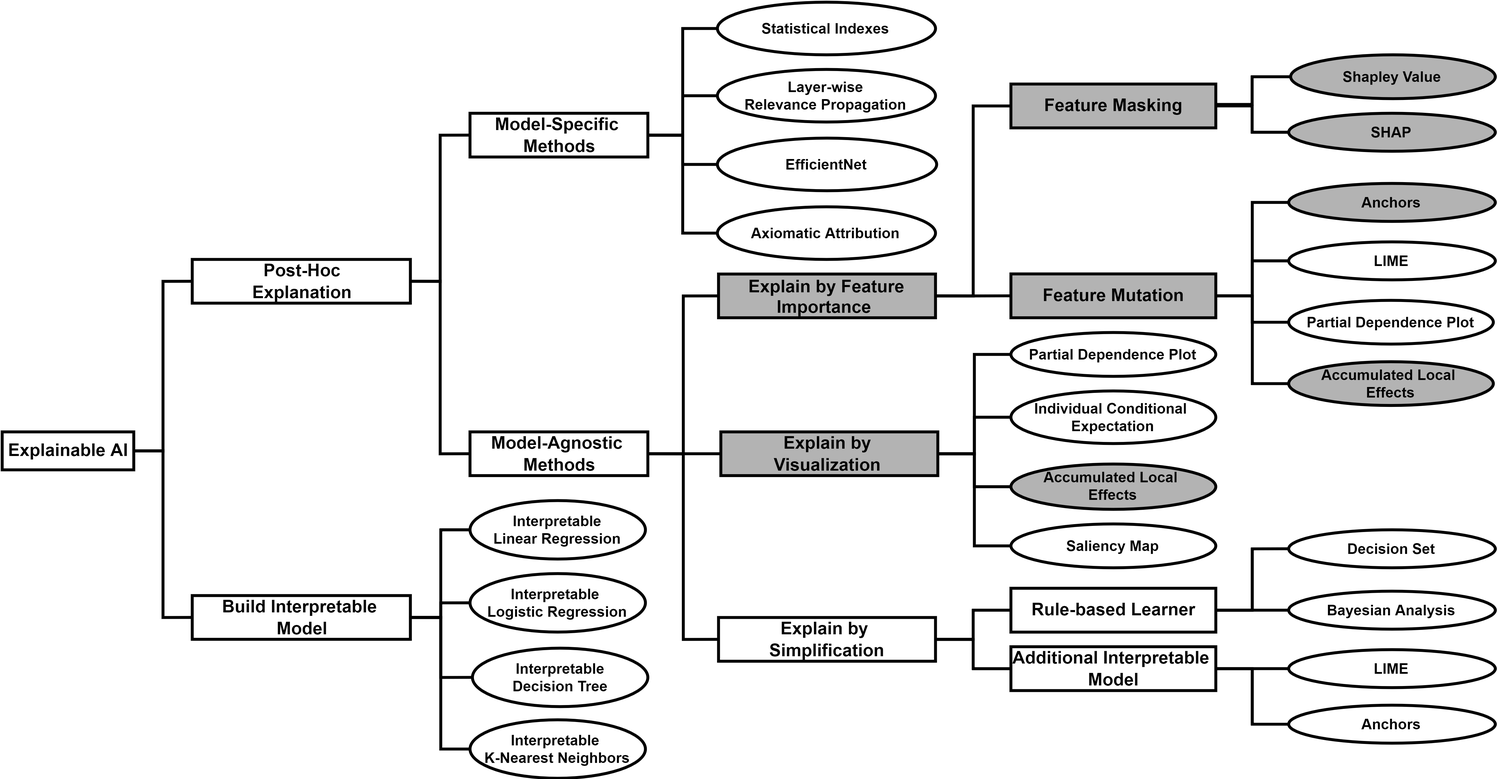
Above: XAI Taxonomy Tree3 - Copy.png in ZeruiW/XAI-Taxonomy (draw.io), before the change. Source tidied: cells renumbered, new cells last; positions are measured from the earlier drawing's top-left corner, leaving out a move shared by most shapes.
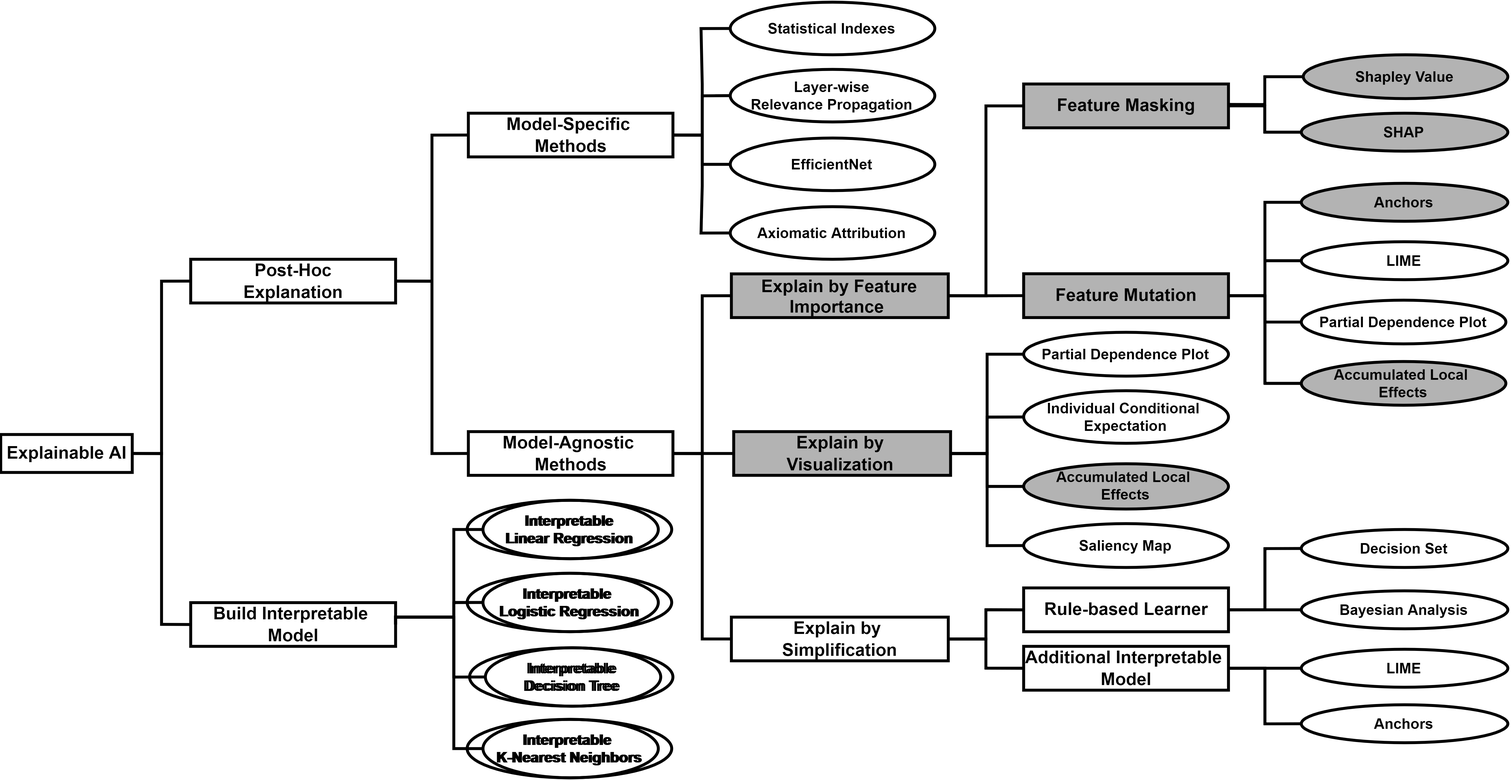
After the commit.

Diff of the diagram source:
```diff
@@ -3,7 +3,7 @@
     <mxCell id="0" />
     <mxCell id="1" parent="0" />
     <mxCell id="2" value="Explainable AI" style="rounded=0;fontSize=12;html=1;strokeColor=default;strokeWidth=2;fillColor=none;fontStyle=1;" parent="1" vertex="1">
-      <mxGeometry y="294" width="90" height="26" as="geometry" />
+      <mxGeometry x="-10" y="296" width="90" height="26" as="geometry" />
     </mxCell>
     <mxCell id="3" style="rounded=0;jettySize=auto;exitX=1;exitY=0.5;exitDx=0;exitDy=0;entryX=0;entryY=0.5;entryDx=0;entryDy=0;endArrow=none;endFill=0;fontSize=10;html=1;edgeStyle=orthogonalEdgeStyle;strokeColor=default;strokeWidth=2;fontStyle=1;" parent="1" edge="1" source="5" target="10">
       <mxGeometry relative="1" as="geometry" />
@@ -12,7 +12,7 @@
       <mxGeometry relative="1" as="geometry" />
     </mxCell>
     <mxCell id="5" value="Post-Hoc&lt;br&gt;Explanation" style="rounded=0;fontSize=12;html=1;strokeColor=default;strokeWidth=2;fillColor=none;fontStyle=1;" parent="1" vertex="1">
-      <mxGeometry x="130" y="176" width="149.2" height="29.9" as="geometry" />
+      <mxGeometry x="120" y="176" width="140.2" height="29.9" as="geometry" />
     </mxCell>
     <mxCell id="6" style="rounded=0;jettySize=auto;exitX=1;exitY=0.5;exitDx=0;exitDy=0;entryX=0;entryY=0.5;entryDx=0;entryDy=0;endArrow=none;endFill=0;fontSize=10;html=1;edgeStyle=orthogonalEdgeStyle;strokeColor=default;strokeWidth=2;fontStyle=1;" parent="1" edge="1" source="10" target="28">
       <mxGeometry relative="1" as="geometry" />
@@ -27,10 +27,10 @@
       <mxGeometry relative="1" as="geometry" />
     </mxCell>
     <mxCell id="10" value="Model-Specific &lt;br&gt;Methods" style="rounded=0;fontSize=12;html=1;strokeColor=default;strokeWidth=2;fillColor=none;fontStyle=1;" parent="1" vertex="1">
-      <mxGeometry x="320" y="76" width="121.7" height="29.9" as="geometry" />
+      <mxGeometry x="310" y="76" width="140" height="29.9" as="geometry" />
     </mxCell>
     <mxCell id="11" value="Build Interpretable &lt;br&gt;Model" style="rounded=0;fontSize=12;html=1;strokeColor=default;strokeWidth=2;fillColor=none;fontStyle=1;" parent="1" vertex="1">
-      <mxGeometry x="130" y="406" width="149.2" height="29.9" as="geometry" />
+      <mxGeometry x="120" y="411.1" width="140.2" height="29.9" as="geometry" />
     </mxCell>
     <mxCell id="12" style="rounded=0;jettySize=auto;exitX=1;exitY=0.5;exitDx=0;exitDy=0;entryX=0;entryY=0.5;entryDx=0;entryDy=0;endArrow=none;endFill=0;fontSize=10;html=1;edgeStyle=orthogonalEdgeStyle;strokeColor=default;strokeWidth=2;fontStyle=1;" parent="1" edge="1" source="15" target="18">
       <mxGeometry relative="1" as="geometry" />
@@ -42,7 +42,7 @@
       <mxGeometry relative="1" as="geometry" />
     </mxCell>
     <mxCell id="15" value="Model-Agnostic &lt;br&gt;Methods" style="rounded=0;fontSize=12;html=1;strokeColor=default;strokeWidth=2;fillColor=none;fontStyle=1;" parent="1" vertex="1">
-      <mxGeometry x="320" y="294" width="121.7" height="29.9" as="geometry" />
+      <mxGeometry x="310" y="294" width="140" height="29.9" as="geometry" />
     </mxCell>
     <mxCell id="16" value="Explain by &lt;br&gt;Simplification" style="rounded=0;fontSize=12;html=1;strokeColor=default;strokeWidth=2;fillColor=none;fontStyle=1;" parent="1" vertex="1">
       <mxGeometry x="490" y="421" width="148.4" height="29.9" as="geometry" />
@@ -86,16 +86,16 @@
       <mxGeometry x="320" y="341" width="120" height="40" as="geometry" />
     </mxCell>
     <mxCell id="28" value="Statistical Indexes" style="ellipse;whiteSpace=wrap;html=1;fontSize=10;fillColor=none;strokeColor=default;strokeWidth=2;fontStyle=1;" parent="1" vertex="1">
-      <mxGeometry x="489.2" width="149.2" height="36" as="geometry" />
+      <mxGeometry x="489.2" width="140" height="36" as="geometry" />
     </mxCell>
     <mxCell id="29" value="Layer-wise&lt;br style=&quot;font-size: 10px;&quot;&gt;Relevance Propagation " style="ellipse;whiteSpace=wrap;html=1;fontSize=10;fillColor=none;strokeColor=default;strokeWidth=2;fontStyle=1;" parent="1" vertex="1">
-      <mxGeometry x="489.2" y="46" width="149.2" height="36" as="geometry" />
+      <mxGeometry x="489.2" y="46" width="140" height="36" as="geometry" />
     </mxCell>
     <mxCell id="30" value="EfficientNet" style="ellipse;whiteSpace=wrap;html=1;fontSize=10;fillColor=none;strokeColor=default;strokeWidth=2;fontStyle=1;" parent="1" vertex="1">
-      <mxGeometry x="489.2" y="93" width="150" height="36" as="geometry" />
+      <mxGeometry x="489.2" y="93" width="140" height="36" as="geometry" />
     </mxCell>
     <mxCell id="31" value="Axiomatic Attribution" style="ellipse;whiteSpace=wrap;html=1;fontSize=10;fillColor=none;strokeColor=default;strokeWidth=2;fontStyle=1;" parent="1" vertex="1">
-      <mxGeometry x="489.2" y="140" width="149.2" height="36" as="geometry" />
+      <mxGeometry x="489.2" y="140" width="140" height="36" as="geometry" />
     </mxCell>
     <mxCell id="32" value="Decision Set" style="ellipse;whiteSpace=wrap;html=1;fontSize=10;strokeColor=default;strokeWidth=2;fillColor=none;fontStyle=1;" parent="1" vertex="1">
       <mxGeometry x="880" y="361" width="141.3" height="26" as="geometry" />
@@ -234,5 +234,17 @@
         </Array>
       </mxGeometry>
     </mxCell>
+    <mxCell id="69" value="&lt;div style=&quot;font-size: 10px;&quot;&gt;Interpretable&lt;/div&gt;&lt;div style=&quot;font-size: 10px;&quot;&gt;Linear Regression&lt;/div&gt;" style="ellipse;whiteSpace=wrap;html=1;fontSize=10;strokeColor=default;strokeWidth=2;fillColor=none;fontStyle=1;" parent="1" vertex="1">
+      <mxGeometry x="309.2" y="341" width="140" height="40" as="geometry" />
+    </mxCell>
+    <mxCell id="70" value="&lt;font face=&quot;helvetica&quot; style=&quot;font-size: 10px;&quot;&gt;Interpretable &lt;br style=&quot;font-size: 10px;&quot;&gt;Logistic Regression&lt;/font&gt;" style="ellipse;whiteSpace=wrap;html=1;fontSize=10;strokeColor=default;strokeWidth=2;fillColor=none;fontStyle=1;" parent="1" vertex="1">
+      <mxGeometry x="309.2" y="391" width="140" height="40" as="geometry" />
+    </mxCell>
+    <mxCell id="71" value="&lt;font style=&quot;font-size: 10px;&quot;&gt;&lt;span style=&quot;font-family: helvetica; font-size: 10px;&quot;&gt;Interpretable&lt;/span&gt;&lt;br style=&quot;font-family: helvetica; font-size: 10px;&quot;&gt;&lt;/font&gt;&lt;span style=&quot;font-size: 10px&quot;&gt;Decision Tree&lt;/span&gt;" style="ellipse;whiteSpace=wrap;html=1;fontSize=10;strokeColor=default;strokeWidth=2;fillColor=none;fontStyle=1;" parent="1" vertex="1">
+      <mxGeometry x="310.8" y="442" width="139.2" height="40" as="geometry" />
+    </mxCell>
+    <mxCell id="72" value="&lt;font style=&quot;font-size: 10px&quot;&gt;&lt;font face=&quot;helvetica&quot; style=&quot;font-size: 10px&quot;&gt;Interpretable&lt;/font&gt;&amp;nbsp;&lt;br&gt;&lt;/font&gt;&lt;span style=&quot;font-size: 10px&quot;&gt;K-Nearest Neighbors&lt;/span&gt;" style="ellipse;whiteSpace=wrap;html=1;fontSize=10;strokeColor=default;strokeWidth=2;fillColor=none;fontStyle=1;" parent="1" vertex="1">
+      <mxGeometry x="309.2" y="491" width="140" height="40" as="geometry" />
+    </mxCell>
   </root>
 </mxGraphModel>
```
